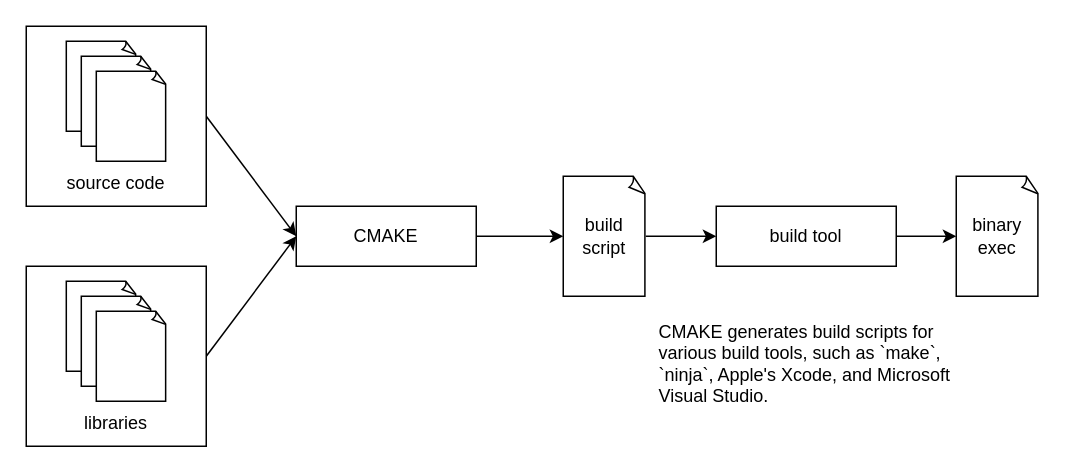
Earlier version of the draw.io diagram page "cmake" (2 of 2) of src/resources/cpp.drawio (harleylara/robotics). Source tidied: cells renumbered, new cells numbered last; positions are measured from the earlier drawing's top-left corner, leaving out a move shared by most shapes. Both pictures are drawn from the tidied source at 150%, with x=0, y=0 at pixel (26, 26).
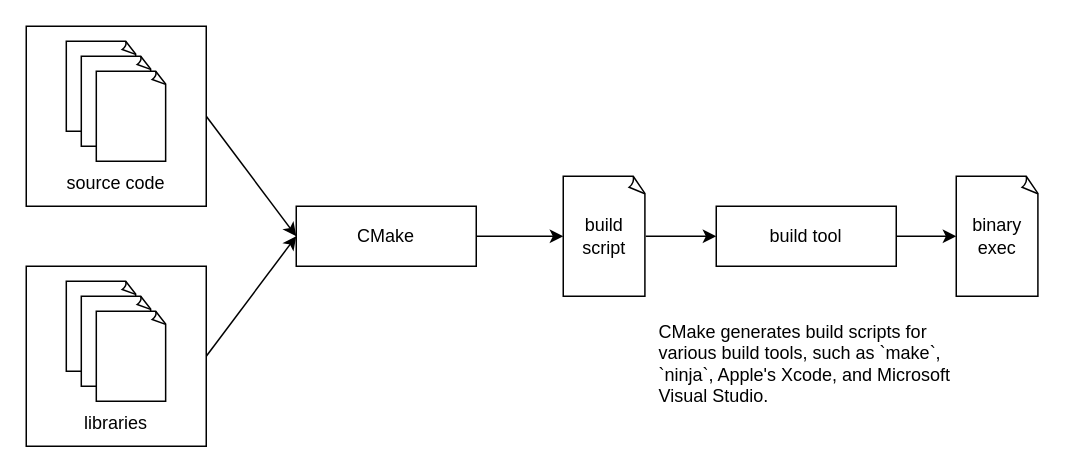
After the change.

What changed in the source:
```diff
@@
-    <mxCell id="2" value="CMAKE" style="rounded=0;whiteSpace=wrap;html=1;" parent="1" vertex="1">
+    <mxCell id="2" value="CMake" style="rounded=0;whiteSpace=wrap;html=1;" parent="1" vertex="1">
       <mxGeometry x="180" y="120" width="120" height="40" as="geometry" />
     </mxCell>
@@
-    <mxCell id="20" value="CMAKE generates build scripts for various build tools, such as `make`, `ninja`, Apple's Xcode, and Microsoft Visual Studio." style="text;whiteSpace=wrap;" parent="1" vertex="1">
+    <mxCell id="20" value="CMake generates build scripts for various build tools, such as `make`, `ninja`, Apple's Xcode, and Microsoft Visual Studio." style="text;whiteSpace=wrap;" parent="1" vertex="1">
       <mxGeometry x="420" y="190" width="200" height="70" as="geometry" />
     </mxCell>
```
